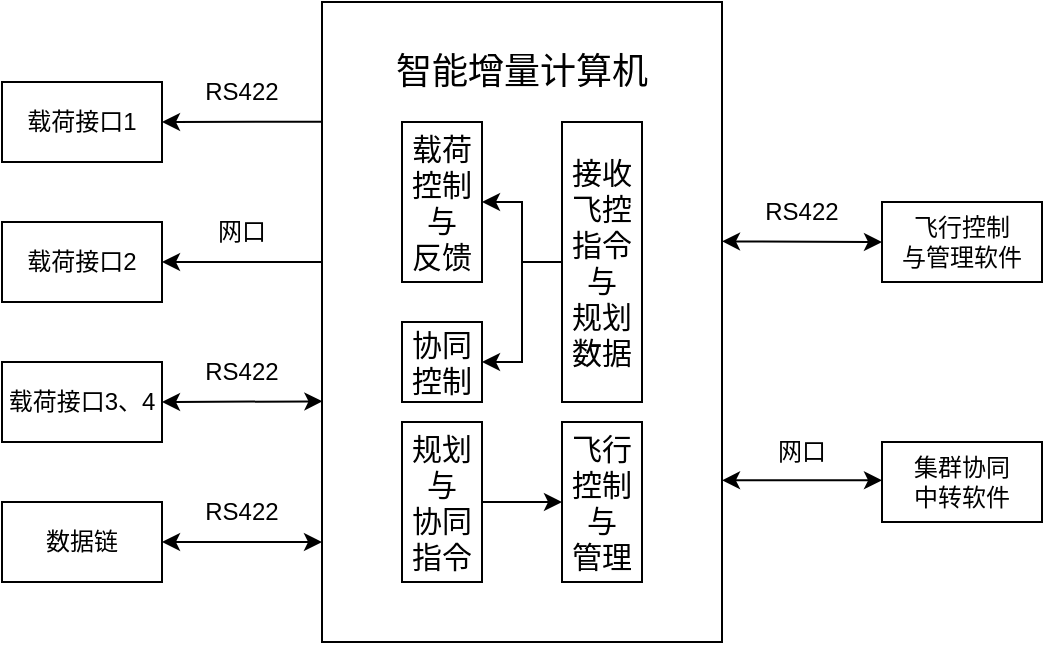
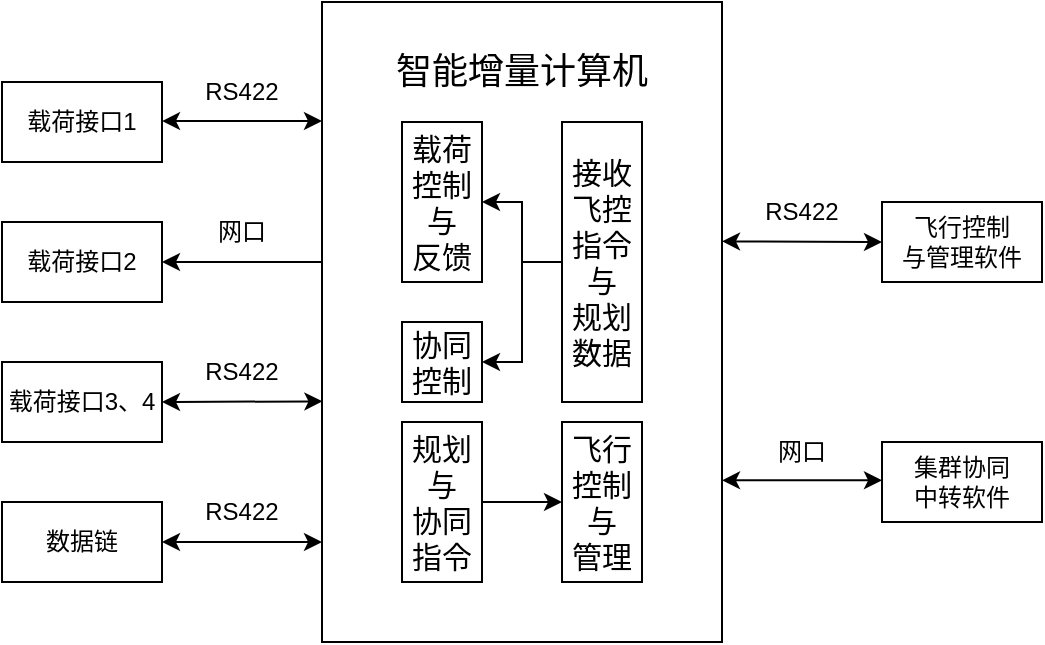
<mxfile host="app.diagrams.net" agent="Mozilla/5.0 (Windows NT 10.0; Win64; x64) AppleWebKit/537.36 (KHTML, like Gecko) Chrome/146.0.0.0 Safari/537.36" version="29.3.7">
  <diagram name="第 1 页" id="P7U0p2YBgUwdi0rxASiN">
-     <mxGraphModel dx="925" dy="585" grid="1" gridSize="10" guides="1" tooltips="1" connect="1" arrows="1" fold="1" page="1" pageScale="1" pageWidth="827" pageHeight="1169" math="0" shadow="0">
+     <mxGraphModel dx="374" dy="237" grid="1" gridSize="10" guides="1" tooltips="1" connect="1" arrows="1" fold="1" page="1" pageScale="1" pageWidth="827" pageHeight="1169" math="0" shadow="0">
      <root>
        <mxCell id="0" />
        <mxCell id="1" parent="0" />
        <mxCell id="FJUeLi_HETRFmbpACcdS-1" parent="1" style="rounded=0;whiteSpace=wrap;html=1;" value="" vertex="1">
          <mxGeometry height="320" width="200" x="280" y="80" as="geometry" />
        </mxCell>
        <mxCell id="FJUeLi_HETRFmbpACcdS-2" parent="1" style="text;html=1;whiteSpace=wrap;strokeColor=none;fillColor=none;align=center;verticalAlign=middle;rounded=0;" value="&lt;font style=&quot;font-size: 18px;&quot;&gt;智能增量计算机&lt;/font&gt;" vertex="1">
          <mxGeometry height="30" width="140" x="310" y="100" as="geometry" />
        </mxCell>
        <mxCell id="FJUeLi_HETRFmbpACcdS-5" edge="1" parent="1" source="FJUeLi_HETRFmbpACcdS-3" style="edgeStyle=orthogonalEdgeStyle;rounded=0;orthogonalLoop=1;jettySize=auto;html=1;" target="FJUeLi_HETRFmbpACcdS-4" value="">
          <mxGeometry relative="1" as="geometry" />
        </mxCell>
        <mxCell id="FJUeLi_HETRFmbpACcdS-3" parent="1" style="rounded=0;whiteSpace=wrap;html=1;" value="&lt;font style=&quot;font-size: 15px;&quot;&gt;接收飞控指令与&lt;br&gt;规划数据&lt;/font&gt;" vertex="1">
          <mxGeometry height="140" width="40" x="400" y="140" as="geometry" />
        </mxCell>
        <mxCell id="FJUeLi_HETRFmbpACcdS-4" parent="1" style="rounded=0;whiteSpace=wrap;html=1;" value="&lt;font style=&quot;font-size: 15px;&quot;&gt;载荷控制&lt;/font&gt;&lt;div&gt;&lt;font style=&quot;font-size: 15px;&quot;&gt;与&lt;/font&gt;&lt;div&gt;&lt;font style=&quot;font-size: 15px;&quot;&gt;反馈&lt;/font&gt;&lt;/div&gt;&lt;/div&gt;" vertex="1">
          <mxGeometry height="80" width="40" x="320" y="140" as="geometry" />
        </mxCell>
        <mxCell id="FJUeLi_HETRFmbpACcdS-6" parent="1" style="rounded=0;whiteSpace=wrap;html=1;" value="载荷接口1" vertex="1">
          <mxGeometry height="40" width="80" x="120" y="120" as="geometry" />
        </mxCell>
        <mxCell id="FJUeLi_HETRFmbpACcdS-7" parent="1" style="rounded=0;whiteSpace=wrap;html=1;" value="载荷接口2" vertex="1">
          <mxGeometry height="40" width="80" x="120" y="190" as="geometry" />
        </mxCell>
        <mxCell id="FJUeLi_HETRFmbpACcdS-8" parent="1" style="rounded=0;whiteSpace=wrap;html=1;" value="载荷接口3、4" vertex="1">
          <mxGeometry height="40" width="80" x="120" y="260" as="geometry" />
        </mxCell>
        <mxCell id="FJUeLi_HETRFmbpACcdS-9" parent="1" style="rounded=0;whiteSpace=wrap;html=1;" value="数据链" vertex="1">
          <mxGeometry height="40" width="80" x="120" y="330" as="geometry" />
-         </mxCell>
-         <mxCell id="FJUeLi_HETRFmbpACcdS-13" edge="1" parent="1" source="FJUeLi_HETRFmbpACcdS-1" style="endArrow=classic;html=1;rounded=0;entryX=1;entryY=0.5;entryDx=0;entryDy=0;exitX=-0.002;exitY=0.187;exitDx=0;exitDy=0;exitPerimeter=0;" target="FJUeLi_HETRFmbpACcdS-6" value="">
-           <mxGeometry height="50" relative="1" width="50" as="geometry">
-             <mxPoint x="240" y="180" as="sourcePoint" />
-             <mxPoint x="290" y="130" as="targetPoint" />
-           </mxGeometry>
        </mxCell>
        <mxCell id="FJUeLi_HETRFmbpACcdS-14" edge="1" parent="1" source="FJUeLi_HETRFmbpACcdS-8" style="endArrow=classic;startArrow=classic;html=1;rounded=0;exitX=1;exitY=0.5;exitDx=0;exitDy=0;entryX=0.001;entryY=0.624;entryDx=0;entryDy=0;entryPerimeter=0;" target="FJUeLi_HETRFmbpACcdS-1" value="">
          <mxGeometry height="50" relative="1" width="50" as="geometry">
            <mxPoint x="200" y="290" as="sourcePoint" />
            <mxPoint x="250" y="240" as="targetPoint" />
          </mxGeometry>
        </mxCell>
        <mxCell id="FJUeLi_HETRFmbpACcdS-15" edge="1" parent="1" style="endArrow=classic;html=1;rounded=0;entryX=1;entryY=0.5;entryDx=0;entryDy=0;" target="FJUeLi_HETRFmbpACcdS-7" value="">
          <mxGeometry height="50" relative="1" width="50" as="geometry">
            <mxPoint x="280" y="210" as="sourcePoint" />
            <mxPoint x="290" y="190" as="targetPoint" />
          </mxGeometry>
        </mxCell>
        <mxCell id="FJUeLi_HETRFmbpACcdS-16" edge="1" parent="1" source="FJUeLi_HETRFmbpACcdS-9" style="endArrow=classic;startArrow=classic;html=1;rounded=0;exitX=1;exitY=0.5;exitDx=0;exitDy=0;" value="">
          <mxGeometry height="50" relative="1" width="50" as="geometry">
            <mxPoint x="240" y="340" as="sourcePoint" />
            <mxPoint x="280" y="350" as="targetPoint" />
          </mxGeometry>
        </mxCell>
        <mxCell id="FJUeLi_HETRFmbpACcdS-17" parent="1" style="rounded=0;whiteSpace=wrap;html=1;" value="飞行控制&lt;div&gt;与管理软件&lt;/div&gt;" vertex="1">
          <mxGeometry height="40" width="80" x="560" y="180" as="geometry" />
        </mxCell>
        <mxCell id="FJUeLi_HETRFmbpACcdS-22" parent="1" style="rounded=0;whiteSpace=wrap;html=1;" value="集群协同&lt;div&gt;中转软件&lt;/div&gt;" vertex="1">
          <mxGeometry height="40" width="80" x="560" y="300" as="geometry" />
        </mxCell>
        <mxCell id="FJUeLi_HETRFmbpACcdS-25" parent="1" style="text;html=1;whiteSpace=wrap;strokeColor=none;fillColor=none;align=center;verticalAlign=middle;rounded=0;" value="RS422" vertex="1">
          <mxGeometry height="30" width="60" x="490" y="170" as="geometry" />
        </mxCell>
        <mxCell id="FJUeLi_HETRFmbpACcdS-26" parent="1" style="text;html=1;whiteSpace=wrap;strokeColor=none;fillColor=none;align=center;verticalAlign=middle;rounded=0;" value="网口" vertex="1">
          <mxGeometry height="30" width="60" x="490" y="290" as="geometry" />
        </mxCell>
        <mxCell id="FJUeLi_HETRFmbpACcdS-28" parent="1" style="text;html=1;whiteSpace=wrap;strokeColor=none;fillColor=none;align=center;verticalAlign=middle;rounded=0;" value="RS422" vertex="1">
          <mxGeometry height="30" width="60" x="210" y="110" as="geometry" />
        </mxCell>
        <mxCell id="FJUeLi_HETRFmbpACcdS-29" parent="1" style="text;html=1;whiteSpace=wrap;strokeColor=none;fillColor=none;align=center;verticalAlign=middle;rounded=0;" value="网口" vertex="1">
          <mxGeometry height="30" width="60" x="210" y="180" as="geometry" />
        </mxCell>
        <mxCell id="FJUeLi_HETRFmbpACcdS-30" parent="1" style="text;html=1;whiteSpace=wrap;strokeColor=none;fillColor=none;align=center;verticalAlign=middle;rounded=0;" value="RS422" vertex="1">
          <mxGeometry height="30" width="60" x="210" y="250" as="geometry" />
        </mxCell>
        <mxCell id="FJUeLi_HETRFmbpACcdS-31" parent="1" style="text;html=1;whiteSpace=wrap;strokeColor=none;fillColor=none;align=center;verticalAlign=middle;rounded=0;" value="RS422" vertex="1">
          <mxGeometry height="30" width="60" x="210" y="320" as="geometry" />
        </mxCell>
        <mxCell id="FJUeLi_HETRFmbpACcdS-32" edge="1" parent="1" source="FJUeLi_HETRFmbpACcdS-1" style="endArrow=classic;startArrow=classic;html=1;rounded=0;entryX=0;entryY=0.5;entryDx=0;entryDy=0;exitX=1;exitY=0.374;exitDx=0;exitDy=0;exitPerimeter=0;" target="FJUeLi_HETRFmbpACcdS-17" value="">
          <mxGeometry height="50" relative="1" width="50" as="geometry">
            <mxPoint x="400" y="240" as="sourcePoint" />
            <mxPoint x="450" y="190" as="targetPoint" />
          </mxGeometry>
        </mxCell>
        <mxCell id="FJUeLi_HETRFmbpACcdS-33" edge="1" parent="1" style="endArrow=classic;startArrow=classic;html=1;rounded=0;exitX=0.999;exitY=0.358;exitDx=0;exitDy=0;exitPerimeter=0;" value="">
          <mxGeometry height="50" relative="1" width="50" as="geometry">
            <mxPoint x="480" y="319.17" as="sourcePoint" />
            <mxPoint x="560" y="319.17" as="targetPoint" />
          </mxGeometry>
        </mxCell>
        <mxCell id="FJUeLi_HETRFmbpACcdS-38" edge="1" parent="1" source="FJUeLi_HETRFmbpACcdS-3" style="edgeStyle=orthogonalEdgeStyle;rounded=0;orthogonalLoop=1;jettySize=auto;html=1;entryX=1;entryY=0.5;entryDx=0;entryDy=0;exitX=0;exitY=0.5;exitDx=0;exitDy=0;" target="FJUeLi_HETRFmbpACcdS-37">
          <mxGeometry relative="1" as="geometry">
            <mxPoint x="400" y="280" as="sourcePoint" />
          </mxGeometry>
        </mxCell>
        <mxCell id="FJUeLi_HETRFmbpACcdS-37" parent="1" style="rounded=0;whiteSpace=wrap;html=1;" value="&lt;font style=&quot;font-size: 15px;&quot;&gt;协同控制&lt;/font&gt;" vertex="1">
          <mxGeometry height="40" width="40" x="320" y="240" as="geometry" />
        </mxCell>
        <mxCell id="FJUeLi_HETRFmbpACcdS-39" parent="1" style="rounded=0;whiteSpace=wrap;html=1;" value="&lt;font style=&quot;font-size: 15px;&quot;&gt;规划&lt;/font&gt;&lt;div&gt;&lt;font style=&quot;font-size: 15px;&quot;&gt;与&lt;/font&gt;&lt;div&gt;&lt;span style=&quot;font-size: 15px;&quot;&gt;协同指令&lt;/span&gt;&lt;/div&gt;&lt;/div&gt;" vertex="1">
          <mxGeometry height="80" width="40" x="320" y="290" as="geometry" />
        </mxCell>
        <mxCell id="FJUeLi_HETRFmbpACcdS-40" parent="1" style="rounded=0;whiteSpace=wrap;html=1;" value="&lt;font style=&quot;font-size: 15px;&quot;&gt;飞行控制与&lt;/font&gt;&lt;div&gt;&lt;font style=&quot;font-size: 15px;&quot;&gt;管理&lt;/font&gt;&lt;/div&gt;" vertex="1">
          <mxGeometry height="80" width="40" x="400" y="290" as="geometry" />
        </mxCell>
        <mxCell id="FJUeLi_HETRFmbpACcdS-41" edge="1" parent="1" style="endArrow=classic;html=1;rounded=0;entryX=0;entryY=0.5;entryDx=0;entryDy=0;" target="FJUeLi_HETRFmbpACcdS-40" value="">
          <mxGeometry height="50" relative="1" width="50" as="geometry">
            <mxPoint x="360" y="330" as="sourcePoint" />
            <mxPoint x="350" y="280" as="targetPoint" />
          </mxGeometry>
        </mxCell>
+         <mxCell id="-yjdLRFRVeEzjYulkgjf-1" edge="1" parent="1" style="endArrow=classic;startArrow=classic;html=1;rounded=0;exitX=1;exitY=0.5;exitDx=0;exitDy=0;entryX=0.001;entryY=0.624;entryDx=0;entryDy=0;entryPerimeter=0;" value="">
+           <mxGeometry height="50" relative="1" width="50" as="geometry">
+             <mxPoint x="200" y="139.52" as="sourcePoint" />
+             <mxPoint x="280" y="139.52" as="targetPoint" />
+           </mxGeometry>
+         </mxCell>
      </root>
    </mxGraphModel>
  </diagram>
</mxfile>
